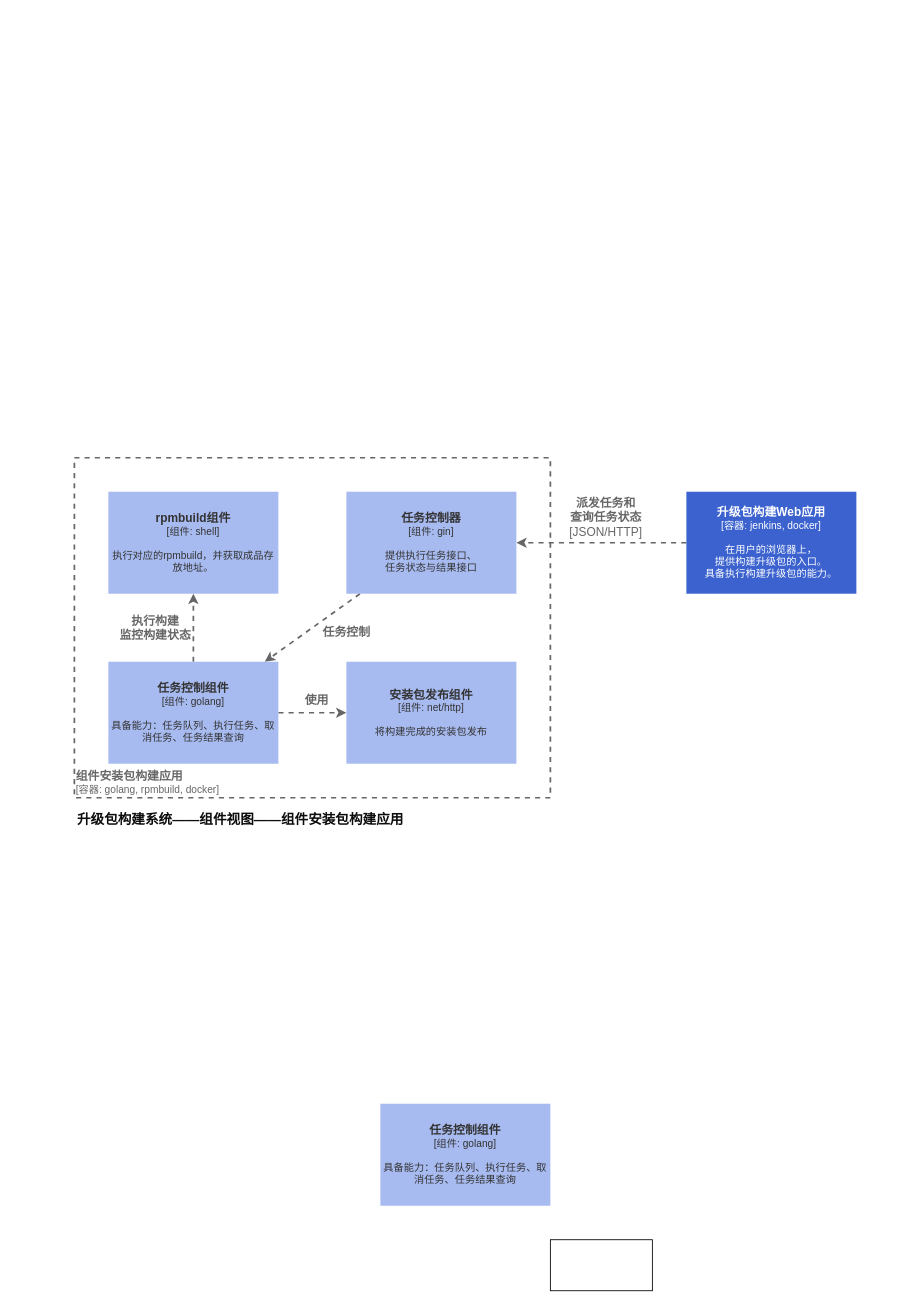
Above: page "组件交互设计图" (4 of 4) of Programmar/project/upgrade_package_factory/构建demo设计图.drawio in xiahaohai123/Blog (draw.io), before the change. Source tidied: cells renumbered, new cells numbered last; positions are measured from the earlier drawing's top-left corner, leaving out a move shared by most shapes. Both pictures are drawn from the tidied source at 85%, with x=0, y=0 at pixel (65, 457).
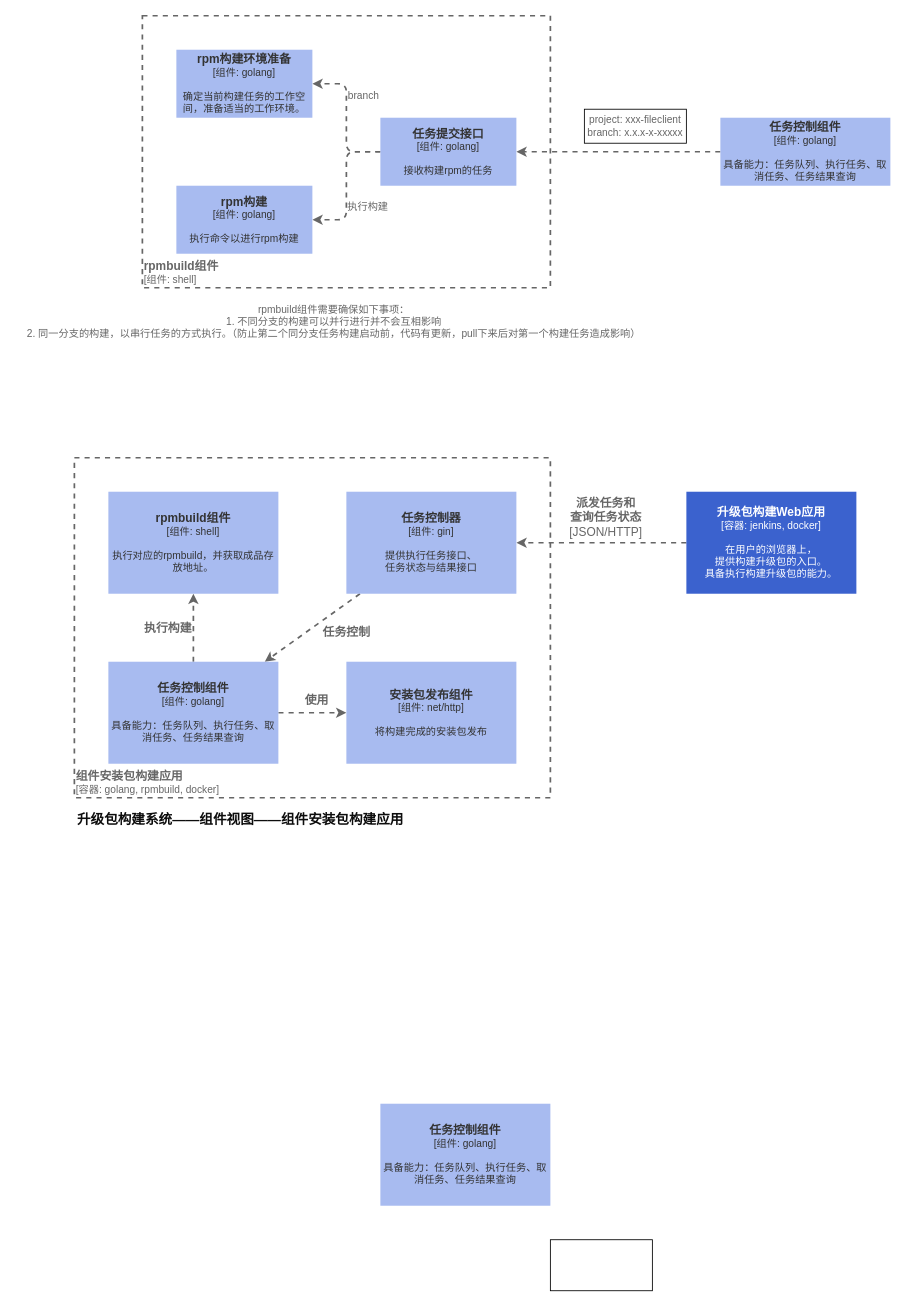
The same page after the edit.

What changed in the source:
```diff
@@
-    <mxCell id="15" value="执行构建&lt;br&gt;监控构建状态" style="text;html=1;align=center;verticalAlign=middle;strokeColor=none;fillColor=none;fontSize=14;fontColor=#666666;fontStyle=1;" parent="1" vertex="1">
-      <mxGeometry x="50" y="175" width="110" height="50" as="geometry" />
+    <mxCell id="15" value="执行构建" style="text;html=1;align=center;verticalAlign=middle;strokeColor=none;fillColor=none;fontSize=14;fontColor=#666666;fontStyle=1;" parent="1" vertex="1">
+      <mxGeometry x="80" y="185" width="80" height="30" as="geometry" />
     </mxCell>
@@
+    <mxCell id="19" value="&lt;span style=&quot;font-size: 14px;&quot;&gt;&lt;b&gt;rpmbuild组件&lt;br&gt;&lt;/b&gt;&lt;/span&gt;[组件: shell]" style="rounded=0;whiteSpace=wrap;html=1;fontSize=12;fontColor=#666666;strokeColor=#666666;fillColor=none;align=left;verticalAlign=bottom;strokeWidth=2;dashed=1;" parent="1" vertex="1">
+      <mxGeometry x="90" y="-520" width="480" height="320" as="geometry" />
+    </mxCell>
+    <mxCell id="20" style="edgeStyle=orthogonalEdgeStyle;rounded=1;jettySize=auto;html=1;fontSize=12;fontColor=#666666;dashed=1;strokeWidth=2;strokeColor=#666666;" parent="1" edge="1" source="21" target="24">
+      <mxGeometry relative="1" as="geometry" />
+    </mxCell>
+    <mxCell id="21" value="&lt;span style=&quot;font-size: 14px;&quot;&gt;&lt;b&gt;任务控制组件&lt;br&gt;&lt;/b&gt;&lt;/span&gt;[组件: golang]&lt;br&gt;&lt;br&gt;具备能力：任务队列、执行任务、取消任务、任务结果查询" style="rounded=0;whiteSpace=wrap;html=1;fontSize=12;fontColor=#333333;strokeColor=none;fillColor=#A8BBF0;" parent="1" vertex="1">
+      <mxGeometry x="770" y="-400" width="200" height="80" as="geometry" />
+    </mxCell>
+    <mxCell id="22" style="edgeStyle=orthogonalEdgeStyle;rounded=1;jettySize=auto;html=1;dashed=1;strokeColor=#666666;strokeWidth=2;fontSize=12;fontColor=#666666;" parent="1" edge="1" source="24" target="25">
+      <mxGeometry relative="1" as="geometry" />
+    </mxCell>
+    <mxCell id="23" style="edgeStyle=orthogonalEdgeStyle;rounded=1;jettySize=auto;html=1;dashed=1;strokeColor=#666666;strokeWidth=2;fontSize=12;fontColor=#666666;" parent="1" edge="1" source="24" target="27">
+      <mxGeometry relative="1" as="geometry" />
+    </mxCell>
+    <mxCell id="24" value="&lt;b style=&quot;font-size: 14px;&quot;&gt;任务提交接口&lt;/b&gt;&lt;br&gt;&lt;font style=&quot;font-size: 12px;&quot;&gt;[组件: golang]&lt;br&gt;&lt;/font&gt;&lt;br&gt;接收构建rpm的任务" style="rounded=0;whiteSpace=wrap;html=1;fontSize=12;fontColor=#333333;strokeColor=none;fillColor=#A8BBF0;" parent="1" vertex="1">
+      <mxGeometry x="370" y="-400" width="160" height="80" as="geometry" />
+    </mxCell>
+    <mxCell id="25" value="&lt;font style=&quot;font-size: 14px;&quot;&gt;&lt;b&gt;rpm构建环境准备&lt;br&gt;&lt;/b&gt;&lt;/font&gt;&lt;font style=&quot;font-size: 12px;&quot;&gt;[组件: golang]&lt;br&gt;&lt;/font&gt;&lt;br&gt;确定当前构建任务的工作空间，准备适当的工作环境。" style="rounded=0;whiteSpace=wrap;html=1;fontSize=12;fontColor=#333333;strokeColor=none;fillColor=#A8BBF0;" parent="1" vertex="1">
+      <mxGeometry x="130" y="-480" width="160" height="80" as="geometry" />
+    </mxCell>
+    <mxCell id="26" value="&lt;span style=&quot;color: rgb(102, 102, 102); font-size: 12px;&quot;&gt;project: xxx-fileclient&lt;br style=&quot;font-size: 12px;&quot;&gt;branch: x.x.x-x-xxxxx&lt;/span&gt;" style="rounded=0;whiteSpace=wrap;html=1;fontSize=12;fontColor=#333333;strokeColor=default;fillColor=#FFFFFF;" parent="1" vertex="1">
+      <mxGeometry x="610" y="-410" width="120" height="40" as="geometry" />
+    </mxCell>
+    <mxCell id="27" value="&lt;font style=&quot;font-size: 14px;&quot;&gt;&lt;b&gt;rpm构建&lt;br&gt;&lt;/b&gt;&lt;/font&gt;&lt;font style=&quot;font-size: 12px;&quot;&gt;[组件: golang]&lt;br&gt;&lt;/font&gt;&lt;br&gt;执行命令以进行rpm构建" style="rounded=0;whiteSpace=wrap;html=1;fontSize=12;fontColor=#333333;strokeColor=none;fillColor=#A8BBF0;" parent="1" vertex="1">
+      <mxGeometry x="130" y="-320" width="160" height="80" as="geometry" />
+    </mxCell>
+    <mxCell id="28" value="branch" style="text;html=1;align=center;verticalAlign=middle;strokeColor=none;fillColor=none;fontSize=12;fontColor=#666666;" parent="1" vertex="1">
+      <mxGeometry x="320" y="-440" width="60" height="30" as="geometry" />
+    </mxCell>
+    <mxCell id="29" value="执行构建" style="text;html=1;align=center;verticalAlign=middle;strokeColor=none;fillColor=none;fontSize=12;fontColor=#666666;" parent="1" vertex="1">
+      <mxGeometry x="320" y="-310" width="70" height="30" as="geometry" />
+    </mxCell>
+    <mxCell id="30" value="rpmbuild组件需要确保如下事项：&lt;br&gt;1. 不同分支的构建可以并行进行并不会互相影响&lt;br&gt;2. 同一分支的构建，以串行任务的方式执行。（防止第二个同分支任务构建启动前，代码有更新，pull下来后对第一个构建任务造成影响）" style="text;html=1;align=center;verticalAlign=middle;strokeColor=none;fillColor=none;fontSize=12;fontColor=#666666;" parent="1" vertex="1">
+      <mxGeometry x="-60" y="-190" width="750" height="60" as="geometry" />
+    </mxCell>
```
